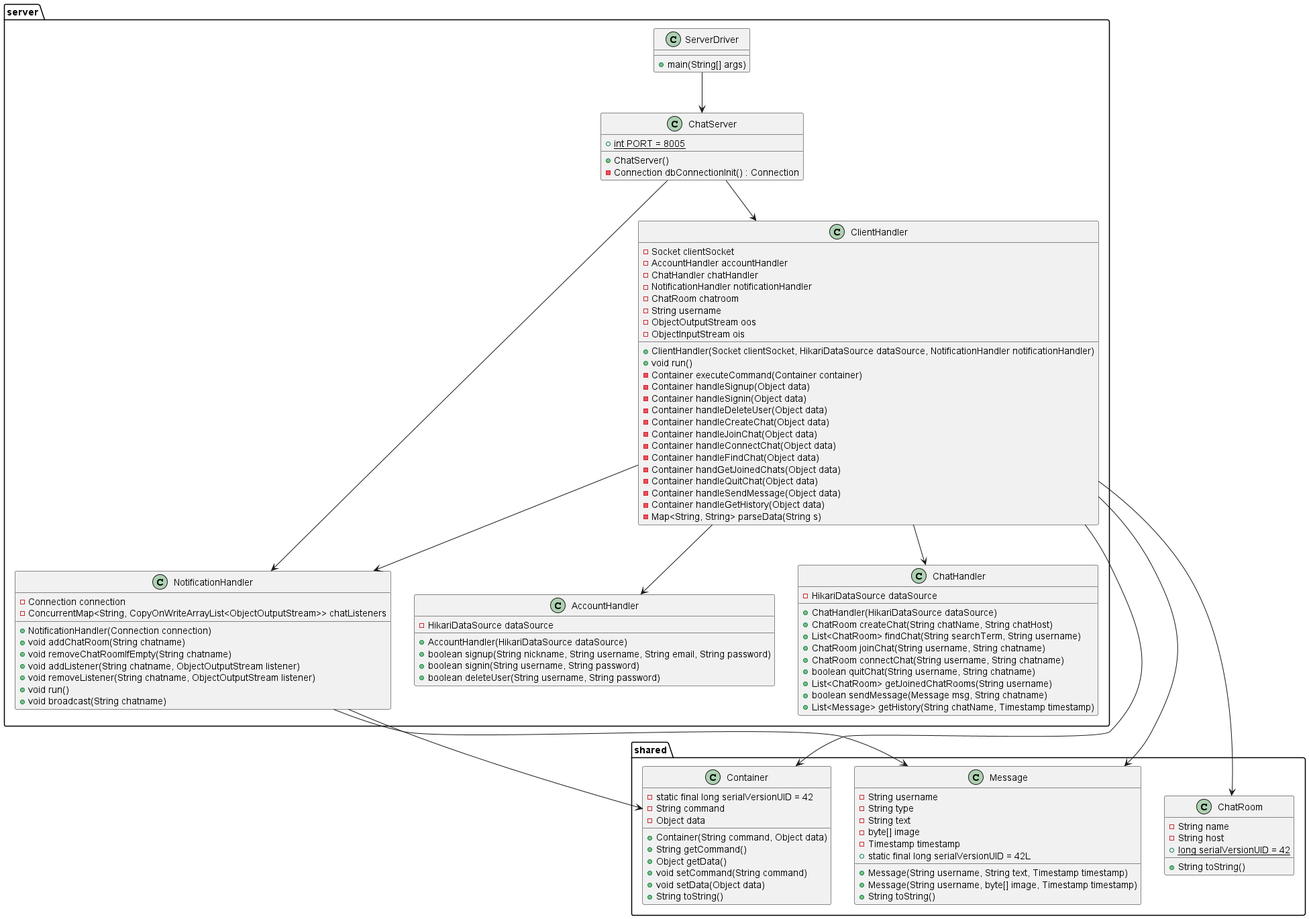
The PlantUML diagram docs/report/server.png in Zakoroo/Project-Group-6, before a commit. Its diagram source:
```plantuml
@startuml server
!include ServerDriver.plantuml
!include ChatServer.plantuml
!include NotificationHandler.plantuml
!include ClientHandler.plantuml
!include AccountHandler.plantuml
!include ChatHandler.plantuml
!include ../shared/ChatRoom.plantuml
!include ../shared/Message.plantuml
!include ../shared/Container.plantuml


@enduml
```
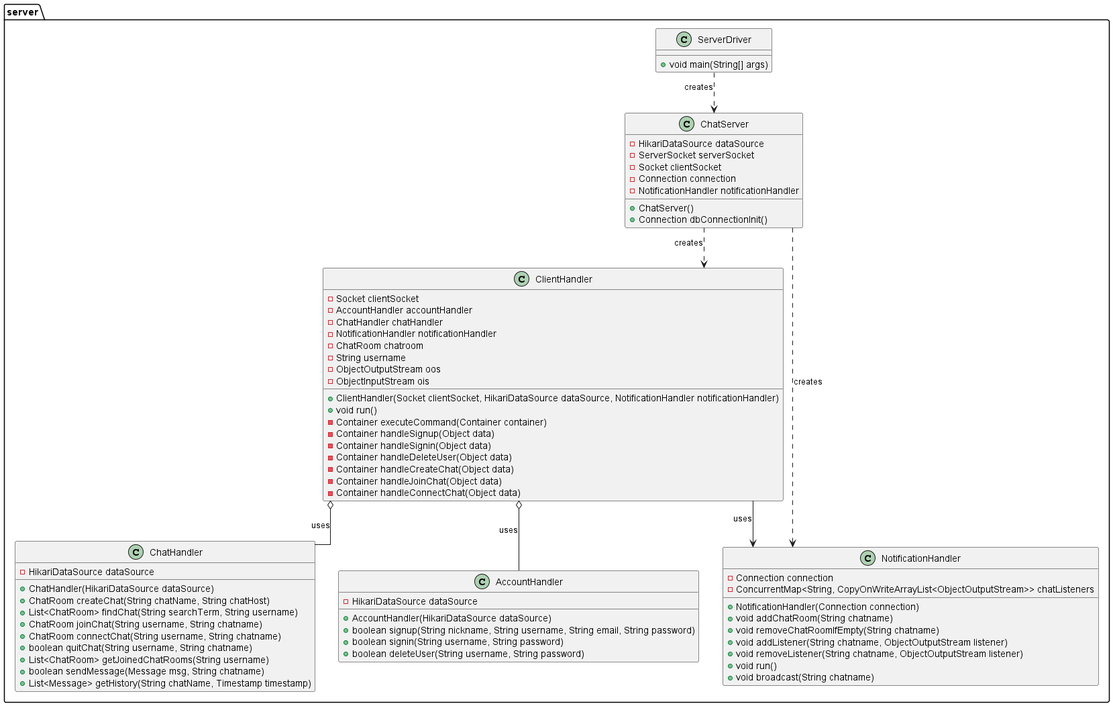
Later version of the same file.

Diff of the diagram source:
```diff
@@ -1,13 +1,80 @@
-@startuml server
-!include ServerDriver.plantuml
-!include ChatServer.plantuml
-!include NotificationHandler.plantuml
-!include ClientHandler.plantuml
-!include AccountHandler.plantuml
-!include ChatHandler.plantuml
-!include ../shared/ChatRoom.plantuml
-!include ../shared/Message.plantuml
-!include ../shared/Container.plantuml
+@startuml
+skinparam linetype ortho
 
+package server {
+    class ChatServer {
+        - HikariDataSource dataSource
+        - ServerSocket serverSocket
+        - Socket clientSocket
+        - Connection connection
+        - NotificationHandler notificationHandler
+        + ChatServer()
+        + Connection dbConnectionInit()
+    }
+
+    class ClientHandler {
+        - Socket clientSocket
+        - AccountHandler accountHandler
+        - ChatHandler chatHandler
+        - NotificationHandler notificationHandler
+        - ChatRoom chatroom
+        - String username
+        - ObjectOutputStream oos
+        - ObjectInputStream ois
+        + ClientHandler(Socket clientSocket, HikariDataSource dataSource, NotificationHandler notificationHandler)
+        + void run()
+        - Container executeCommand(Container container)
+        - Container handleSignup(Object data)
+        - Container handleSignin(Object data)
+        - Container handleDeleteUser(Object data)
+        - Container handleCreateChat(Object data)
+        - Container handleJoinChat(Object data)
+        - Container handleConnectChat(Object data)
+    }
+
+    class ChatHandler {
+        - HikariDataSource dataSource
+        + ChatHandler(HikariDataSource dataSource)
+        + ChatRoom createChat(String chatName, String chatHost)
+        + List<ChatRoom> findChat(String searchTerm, String username)
+        + ChatRoom joinChat(String username, String chatname)
+        + ChatRoom connectChat(String username, String chatname)
+        + boolean quitChat(String username, String chatname)
+        + List<ChatRoom> getJoinedChatRooms(String username)
+        + boolean sendMessage(Message msg, String chatname)
+        + List<Message> getHistory(String chatName, Timestamp timestamp)
+    }
+
+    class NotificationHandler {
+        - Connection connection
+        - ConcurrentMap<String, CopyOnWriteArrayList<ObjectOutputStream>> chatListeners
+        + NotificationHandler(Connection connection)
+        + void addChatRoom(String chatname)
+        + void removeChatRoomIfEmpty(String chatname)
+        + void addListener(String chatname, ObjectOutputStream listener)
+        + void removeListener(String chatname, ObjectOutputStream listener)
+        + void run()
+        + void broadcast(String chatname)
+    }
+
+    class AccountHandler {
+        - HikariDataSource dataSource
+        + AccountHandler(HikariDataSource dataSource)
+        + boolean signup(String nickname, String username, String email, String password)
+        + boolean signin(String username, String password)
+        + boolean deleteUser(String username, String password)
+    }
+
+    class ServerDriver {
+        + void main(String[] args)
+    }
+}
+
+ServerDriver ..> ChatServer : creates
+ChatServer ..> ClientHandler : creates
+ChatServer ..> NotificationHandler : creates
+ClientHandler --> NotificationHandler : uses
+ClientHandler o-- ChatHandler : uses
+ClientHandler o-- AccountHandler : uses
 
 @enduml
```
